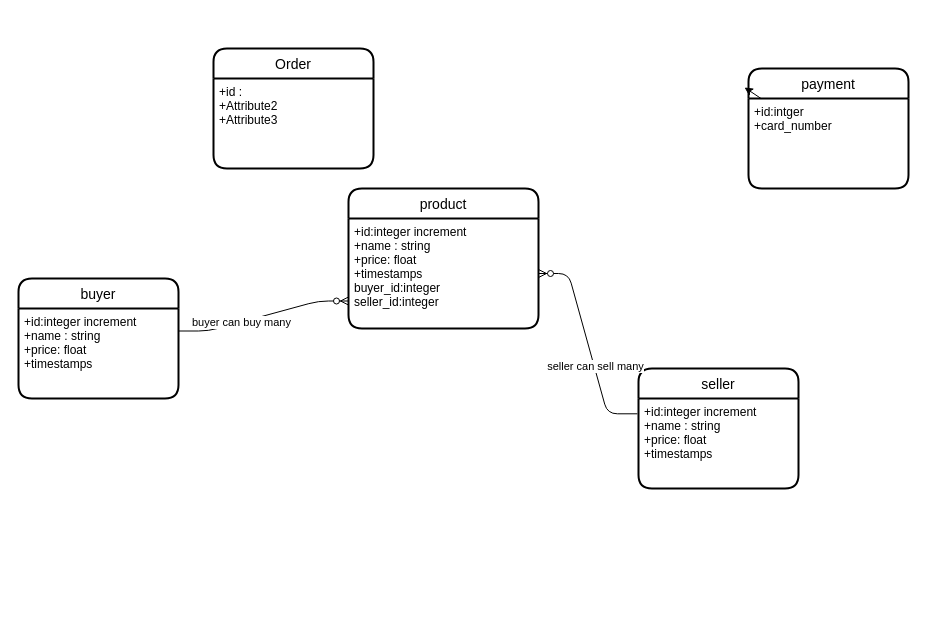
mosamircs/e_commerce keeps this draw.io diagram as page "ecommerce entties" (1 of 2) of databaseDesign/ecommeceDatabaseDesign.drawio. Above is the earlier version. Source tidied: cells renumbered, new cells numbered last; positions are measured from the earlier drawing's top-left corner, leaving out a move shared by most shapes. Both pictures are drawn from the tidied source at 100%, with x=0, y=0 at pixel (18, 48).
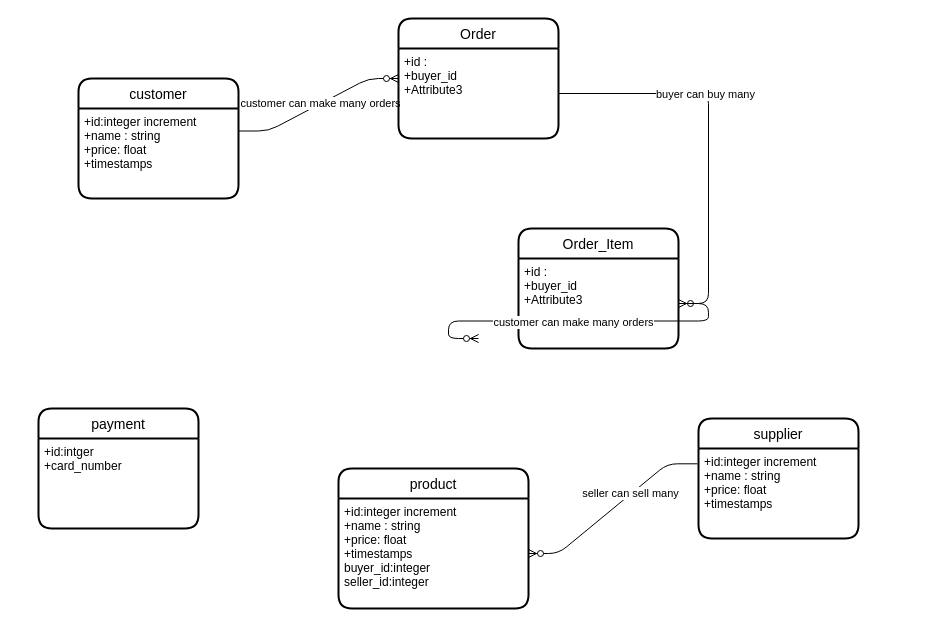
After the change.

Commit message (it also covers changes not shown here):
database designs

Unchanged cells that the change refers to:
```xml
<mxCell id="3" value="+id:integer increment&#10;+name : string &#10;+price: float&#10;+timestamps&#10;buyer_id:integer&#10;seller_id:integer" style="align=left;strokeColor=none;fillColor=none;spacingLeft=4;fontSize=12;verticalAlign=top;" parent="2" vertex="1">
  <mxGeometry y="30" width="190" height="110" as="geometry" />
</mxCell>
<mxCell id="5" value="+id:integer increment&#10;+name : string &#10;+price: float&#10;+timestamps&#10;" style="align=left;strokeColor=none;fillColor=none;spacingLeft=4;fontSize=12;verticalAlign=top;" parent="4" vertex="1">
  <mxGeometry y="30" width="160" height="90" as="geometry" />
</mxCell>
<mxCell id="14" value="+id:intger&#10;+card_number" style="align=left;strokeColor=none;fillColor=none;spacingLeft=4;fontSize=12;verticalAlign=top;" parent="12" vertex="1">
  <mxGeometry y="30" width="160" height="90" as="geometry" />
</mxCell>
```

The edit, as a diff of the source:
```diff
@@
     <mxCell id="2" value="product" style="swimlane;horizontal=1;startSize=30;rounded=1;fontSize=14;fontStyle=0;strokeWidth=2;shadow=0;dashed=0;align=center;" parent="1" vertex="1">
-      <mxGeometry x="330" y="140" width="190" height="140" as="geometry" />
+      <mxGeometry x="320" y="420" width="190" height="140" as="geometry" />
     </mxCell>
@@
-    <mxCell id="4" value="buyer" style="swimlane;horizontal=1;startSize=30;rounded=1;fontSize=14;fontStyle=0;strokeWidth=2;shadow=0;dashed=0;align=center;" parent="1" vertex="1">
-      <mxGeometry y="230" width="160" height="120" as="geometry" />
+    <mxCell id="4" value="customer" style="swimlane;horizontal=1;startSize=30;rounded=1;fontSize=14;fontStyle=0;strokeWidth=2;shadow=0;dashed=0;align=center;" parent="1" vertex="1">
+      <mxGeometry x="60" y="30" width="160" height="120" as="geometry" />
     </mxCell>
@@
-    <mxCell id="6" value="seller" style="swimlane;horizontal=1;startSize=30;rounded=1;fontSize=14;fontStyle=0;strokeWidth=2;shadow=0;dashed=0;align=center;" parent="1" vertex="1">
-      <mxGeometry x="620" y="320" width="160" height="120" as="geometry" />
+    <mxCell id="6" value="supplier" style="swimlane;horizontal=1;startSize=30;rounded=1;fontSize=14;fontStyle=0;strokeWidth=2;shadow=0;dashed=0;align=center;" parent="1" vertex="1">
+      <mxGeometry x="680" y="370" width="160" height="120" as="geometry" />
     </mxCell>
@@
-    <mxCell id="8" style="edgeStyle=entityRelationEdgeStyle;fontSize=12;html=1;endArrow=ERzeroToMany;endFill=1;exitX=1;exitY=0.25;exitDx=0;exitDy=0;entryX=0;entryY=0.75;entryDx=0;entryDy=0;" parent="1" edge="1" source="5" target="3">
+    <mxCell id="8" style="edgeStyle=entityRelationEdgeStyle;fontSize=12;html=1;endArrow=ERzeroToMany;endFill=1;exitX=1;exitY=0.25;exitDx=0;exitDy=0;entryX=0;entryY=0.5;entryDx=0;entryDy=0;" parent="1" edge="1" source="5" target="15">
       <mxGeometry relative="1" as="geometry" />
     </mxCell>
-    <mxCell id="9" value="buyer can buy many&amp;nbsp;&amp;nbsp;" style="edgeLabel;html=1;align=center;verticalAlign=middle;" parent="8" vertex="1">
-      <mxGeometry x="-0.23" y="-1" relative="1" as="geometry" />
-    </mxCell>
+    <mxCell id="17" value="customer can make many orders" style="edgeLabel;html=1;align=center;verticalAlign=middle;" parent="8" vertex="1">
+      <mxGeometry x="0.03" y="1" relative="1" as="geometry" />
+    </mxCell>
@@
     <mxCell id="12" value="payment" style="swimlane;horizontal=1;startSize=30;rounded=1;fontSize=14;fontStyle=0;strokeWidth=2;shadow=0;dashed=0;align=center;" parent="1" vertex="1">
-      <mxGeometry x="730" y="20" width="160" height="120" as="geometry" />
+      <mxGeometry x="20" y="360" width="160" height="120" as="geometry" />
     </mxCell>
-    <mxCell id="13" style="edgeStyle=none;html=1;entryX=-0.025;entryY=0.158;entryDx=0;entryDy=0;entryPerimeter=0;" parent="12" edge="1" source="14" target="12">
-      <mxGeometry relative="1" as="geometry" />
-    </mxCell>
@@
     <mxCell id="15" value="Order" style="swimlane;horizontal=1;startSize=30;rounded=1;fontSize=14;fontStyle=0;strokeWidth=2;shadow=0;dashed=0;align=center;" parent="1" vertex="1">
-      <mxGeometry x="195" width="160" height="120" as="geometry" />
+      <mxGeometry x="380" y="-30" width="160" height="120" as="geometry" />
     </mxCell>
-    <mxCell id="16" value="+id : &#10;+Attribute2&#10;+Attribute3" style="align=left;strokeColor=none;fillColor=none;spacingLeft=4;fontSize=12;verticalAlign=top;" parent="15" vertex="1">
+    <mxCell id="16" value="+id : &#10;+buyer_id&#10;+Attribute3" style="align=left;strokeColor=none;fillColor=none;spacingLeft=4;fontSize=12;verticalAlign=top;" parent="15" vertex="1">
       <mxGeometry y="30" width="160" height="90" as="geometry" />
     </mxCell>
+    <mxCell id="18" value="Order_Item" style="swimlane;horizontal=1;startSize=30;rounded=1;fontSize=14;fontStyle=0;strokeWidth=2;shadow=0;dashed=0;align=center;" parent="1" vertex="1">
+      <mxGeometry x="500" y="180" width="160" height="120" as="geometry" />
+    </mxCell>
+    <mxCell id="19" value="+id : &#10;+buyer_id&#10;+Attribute3" style="align=left;strokeColor=none;fillColor=none;spacingLeft=4;fontSize=12;verticalAlign=top;" parent="18" vertex="1">
+      <mxGeometry y="30" width="160" height="90" as="geometry" />
+    </mxCell>
+    <mxCell id="20" style="edgeStyle=entityRelationEdgeStyle;fontSize=12;html=1;endArrow=ERzeroToMany;endFill=1;" parent="1" edge="1" source="16" target="19">
+      <mxGeometry relative="1" as="geometry" />
+    </mxCell>
+    <mxCell id="9" value="buyer can buy many&amp;nbsp;&amp;nbsp;" style="edgeLabel;html=1;align=center;verticalAlign=middle;" parent="20" vertex="1">
+      <mxGeometry x="-0.23" y="-1" relative="1" as="geometry" />
+    </mxCell>
+    <mxCell id="21" style="edgeStyle=entityRelationEdgeStyle;fontSize=12;html=1;endArrow=ERzeroToMany;endFill=1;entryX=0;entryY=0.5;entryDx=0;entryDy=0;" parent="1" edge="1" source="19">
+      <mxGeometry relative="1" as="geometry">
+        <mxPoint x="460" y="290" as="targetPoint" />
+      </mxGeometry>
+    </mxCell>
+    <mxCell id="22" value="customer can make many orders" style="edgeLabel;html=1;align=center;verticalAlign=middle;" parent="21" vertex="1">
+      <mxGeometry x="0.03" y="1" relative="1" as="geometry" />
+    </mxCell>
```
